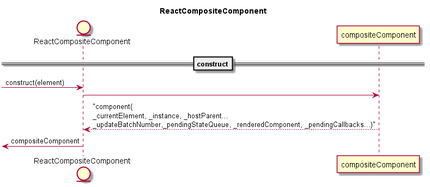
This is src/ReactCompositeComponent.png from Kacxxia/learnReact15.6.2, a PlantUML export, as it was before one commit.
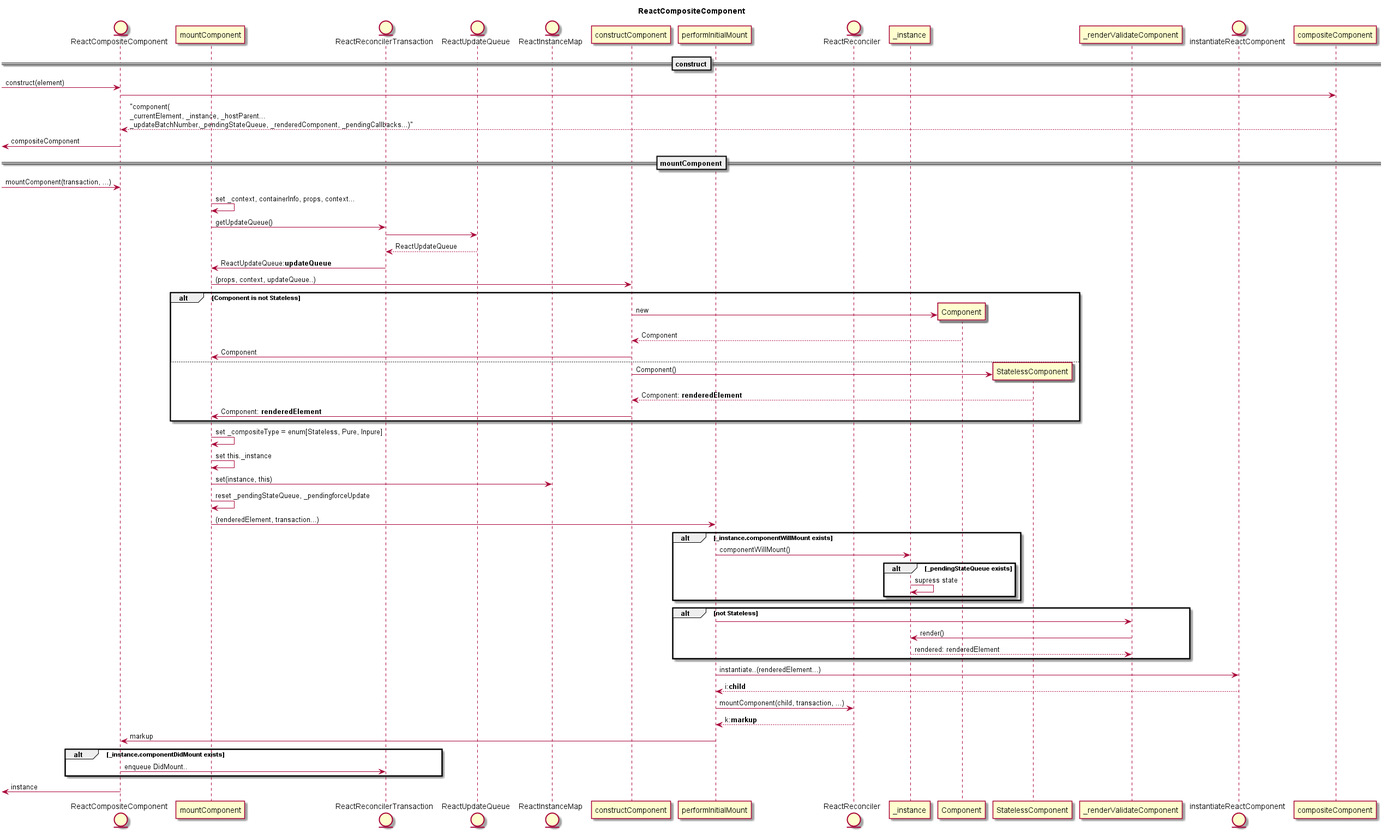
Later version of the same file.

Diff of the diagram source:
```diff
@@ -1,9 +1,67 @@
 @startuml
 title ReactCompositeComponent
 Entity ReactCompositeComponent
+participant ReactCompositeComponent
+participant mountComponent
+Entity ReactReconcilerTransaction
+Entity ReactUpdateQueue
+Entity ReactInstanceMap
+participant constructComponent
+participant performInitialMount
+Entity ReactReconciler
+participant _instance
+participant Component
+participant StatelessComponent
+participant _renderValidateComponent
+Entity instantiateReactComponent
 ==construct==
 [-> ReactCompositeComponent: construct(element)
 ReactCompositeComponent -> compositeComponent:
 return "component(\n_currentElement, _instance, _hostParent...\n_updateBatchNumber,_pendingStateQueue, _renderedComponent, _pendingCallbacks...)"
 [<- ReactCompositeComponent: compositeComponent
+
+==mountComponent==
+[-> ReactCompositeComponent: mountComponent(transaction, ...)
+mountComponent -> mountComponent: set _context, containerInfo, props, context...
+mountComponent -> ReactReconcilerTransaction: getUpdateQueue()
+ReactReconcilerTransaction -> ReactUpdateQueue
+return ReactUpdateQueue
+ReactReconcilerTransaction -> mountComponent: ReactUpdateQueue:**updateQueue**
+mountComponent -> constructComponent: (props, context, updateQueue..)
+alt Component is not Stateless
+  create Component
+  constructComponent -> Component: new
+  return Component
+  constructComponent -> mountComponent: Component
+else
+  create StatelessComponent
+  constructComponent -> StatelessComponent: Component()
+  return Component: **renderedElement**
+  constructComponent -> mountComponent:Component: **renderedElement**
+end
+mountComponent -> mountComponent: set _compositeType = enum[Stateless, Pure, Inpure]
+mountComponent -> mountComponent: set this._instance
+mountComponent -> ReactInstanceMap: set(instance, this)
+mountComponent -> mountComponent: reset _pendingStateQueue, _pendingforceUpdate
+mountComponent -> performInitialMount: (renderedElement, transaction...)
+alt _instance.componentWillMount exists
+  performInitialMount -> _instance: componentWillMount()
+  alt _pendingStateQueue exists
+  _instance -> _instance: supress state
+  end
+end
+alt not Stateless
+  performInitialMount -> _renderValidateComponent
+  _renderValidateComponent -> _instance: render()
+  return rendered: renderedElement
+end
+performInitialMount -> instantiateReactComponent: instantiate..(renderedElement...)
+return i:**child**
+performInitialMount -> ReactReconciler: mountComponent(child, transaction, ...)
+return k:**markup**
+performInitialMount -> ReactCompositeComponent: markup
+alt _instance.componentDidMount exists
+  ReactCompositeComponent -> ReactReconcilerTransaction: enqueue DidMount..
+end
+[<- ReactCompositeComponent: instance
 @enduml
```
